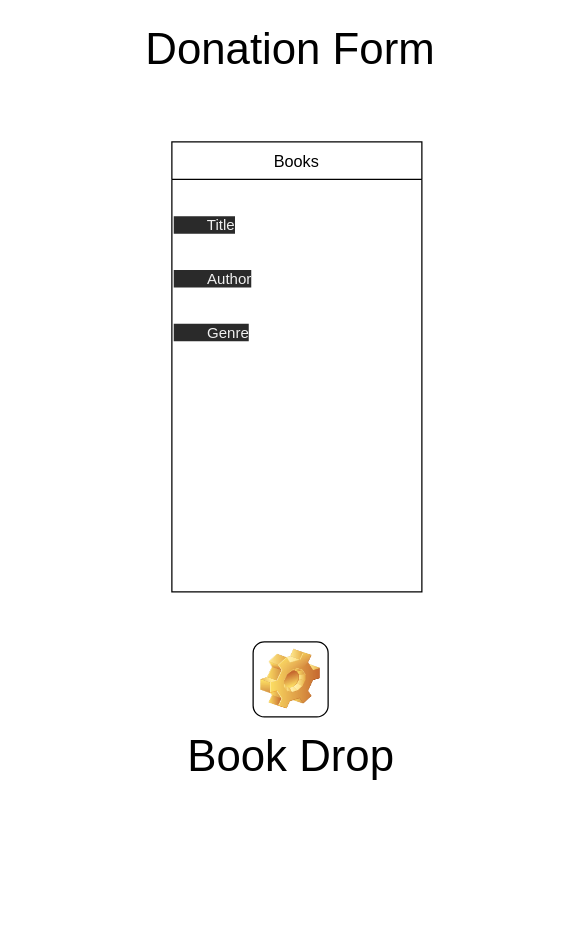
This is page "Donation Page" (5 of 7) of plan.drawio from miringan/fullStackLibrary, a draw.io file, before an edit. Source tidied: cells renumbered, new cells numbered last; positions are measured from the earlier drawing's top-left corner, leaving out a move shared by most shapes. Both pictures are drawn from the tidied source at 125%, with x=0, y=0 at pixel (21, 29).
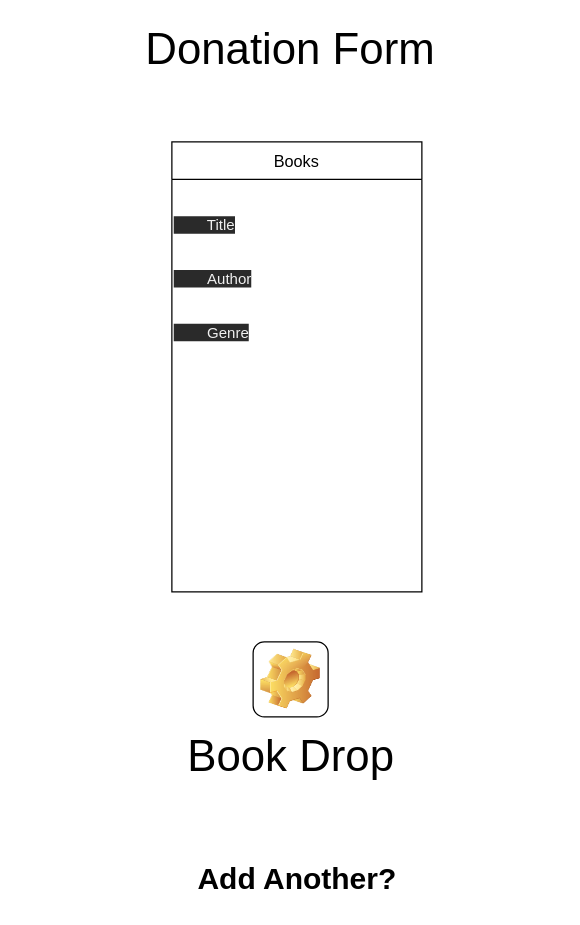
The same page after the edit.

The edit, as a diff of the source:
```diff
@@
 <mxGraphModel>
   <root>
     <mxCell id="0" />
     <mxCell id="1" parent="0" />
     <mxCell id="2" value="Books" style="swimlane;fontStyle=0;horizontal=1;startSize=30;fontSize=13;" parent="1" vertex="1">
       <mxGeometry x="120" y="90" width="200" height="360" as="geometry" />
     </mxCell>
     <mxCell id="3" value="&lt;span style=&quot;color: rgb(240 , 240 , 240) ; font-family: &amp;#34;helvetica&amp;#34; ; font-size: 12px ; font-style: normal ; font-weight: 400 ; letter-spacing: normal ; text-align: left ; text-indent: 0px ; text-transform: none ; word-spacing: 0px ; background-color: rgb(42 , 42 , 42) ; display: inline ; float: none&quot;&gt;&amp;nbsp; &amp;nbsp; &amp;nbsp; &amp;nbsp; Title&lt;/span&gt;&lt;br style=&quot;padding: 0px ; margin: 0px ; color: rgb(240 , 240 , 240) ; font-family: &amp;#34;helvetica&amp;#34; ; font-size: 12px ; font-style: normal ; font-weight: 400 ; letter-spacing: normal ; text-align: left ; text-indent: 0px ; text-transform: none ; word-spacing: 0px ; background-color: rgb(42 , 42 , 42)&quot;&gt;&lt;span style=&quot;color: rgb(240 , 240 , 240) ; font-family: &amp;#34;helvetica&amp;#34; ; font-size: 12px ; font-style: normal ; font-weight: 400 ; letter-spacing: normal ; text-align: left ; text-indent: 0px ; text-transform: none ; word-spacing: 0px ; background-color: rgb(42 , 42 , 42) ; display: inline ; float: none&quot;&gt;&amp;nbsp;&amp;nbsp;&amp;nbsp;&amp;nbsp;&amp;nbsp;&amp;nbsp;&amp;nbsp;&amp;nbsp;Author&lt;/span&gt;&lt;br style=&quot;padding: 0px ; margin: 0px ; color: rgb(240 , 240 , 240) ; font-family: &amp;#34;helvetica&amp;#34; ; font-size: 12px ; font-style: normal ; font-weight: 400 ; letter-spacing: normal ; text-align: left ; text-indent: 0px ; text-transform: none ; word-spacing: 0px ; background-color: rgb(42 , 42 , 42)&quot;&gt;&lt;span style=&quot;color: rgb(240 , 240 , 240) ; font-family: &amp;#34;helvetica&amp;#34; ; font-size: 12px ; font-style: normal ; font-weight: 400 ; letter-spacing: normal ; text-align: left ; text-indent: 0px ; text-transform: none ; word-spacing: 0px ; background-color: rgb(42 , 42 , 42) ; display: inline ; float: none&quot;&gt;&amp;nbsp;&amp;nbsp;&amp;nbsp;&amp;nbsp;&amp;nbsp;&amp;nbsp;&amp;nbsp;&amp;nbsp;Genre&lt;/span&gt;&lt;br style=&quot;padding: 0px ; margin: 0px ; color: rgb(240 , 240 , 240) ; font-family: &amp;#34;helvetica&amp;#34; ; font-size: 12px ; font-style: normal ; font-weight: 400 ; letter-spacing: normal ; text-align: left ; text-indent: 0px ; text-transform: none ; word-spacing: 0px ; background-color: rgb(42 , 42 , 42)&quot;&gt;&lt;span style=&quot;color: rgb(240 , 240 , 240) ; font-family: &amp;#34;helvetica&amp;#34; ; font-size: 12px ; font-style: normal ; font-weight: 400 ; letter-spacing: normal ; text-align: left ; text-indent: 0px ; text-transform: none ; word-spacing: 0px ; background-color: rgb(42 , 42 , 42) ; display: inline ; float: none&quot;&gt;&lt;br&gt;&lt;/span&gt;" style="text;whiteSpace=wrap;html=1;fontSize=36;" parent="2" vertex="1">
       <mxGeometry y="30" width="200" height="330" as="geometry" />
     </mxCell>
     <mxCell id="4" value="Donation Form" style="text;html=1;strokeColor=none;fillColor=none;align=center;verticalAlign=middle;whiteSpace=wrap;rounded=0;fontSize=35;" parent="1" vertex="1">
       <mxGeometry width="430" height="30" as="geometry" />
     </mxCell>
     <mxCell id="5" value="Book Drop" style="icon;html=1;image=img/clipart/Gear_128x128.png;fontSize=35;" parent="1" vertex="1">
       <mxGeometry x="185" y="490" width="60" height="60" as="geometry" />
     </mxCell>
+    <mxCell id="6" value="Add Another?" style="text;strokeColor=none;fillColor=none;html=1;fontSize=24;fontStyle=1;verticalAlign=middle;align=center;" parent="1" vertex="1">
+      <mxGeometry x="170" y="660" width="100" height="40" as="geometry" />
+    </mxCell>
   </root>
 </mxGraphModel>
```
